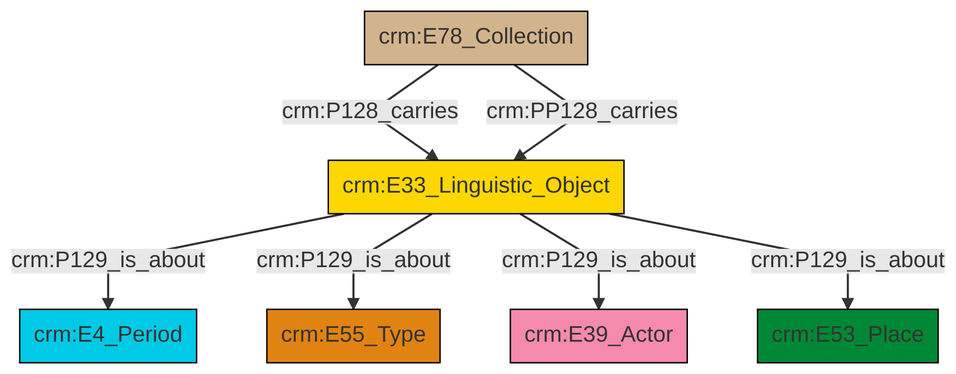
Before: et/archivalCSV/ttl/mmd/png/archival_aboutness.png, a diagram exported from Mermaid (swiss-art-research-net/docs.swissartresearch). Its source is kept beside it as et/archivalCSV/ttl/mmd/archival_aboutness.ttl.mmd.
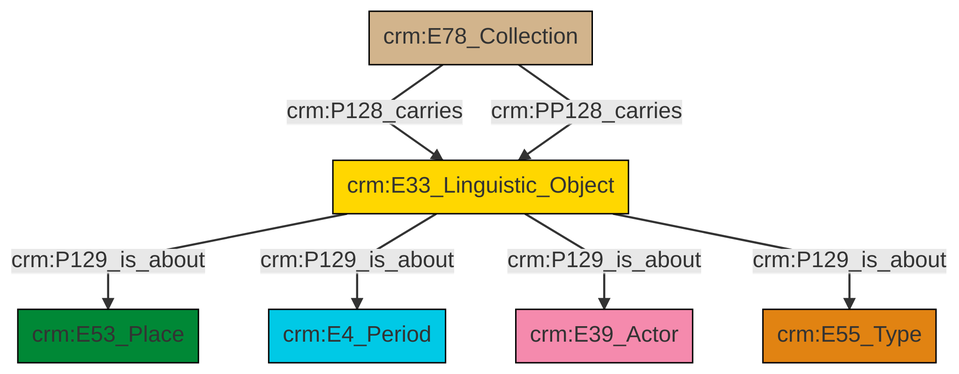
After the change.

Diff of the diagram source:
```diff
@@ -13,9 +13,9 @@
 classDef PC_Classes fill:#4ce600, stroke:#000000;
 classDef Multi fill:#cccccc,stroke:#000000;
 
-0["crm:E33_Linguistic_Object"]:::Conceptual_Object -->|crm:P129_is_about| 1["crm:E4_Period"]:::Temporal_Entity
-0["crm:E33_Linguistic_Object"]:::Conceptual_Object -->|crm:P129_is_about| 2["crm:E55_Type"]:::Type
-0["crm:E33_Linguistic_Object"]:::Conceptual_Object -->|crm:P129_is_about| 7["crm:E39_Actor"]:::Actor
-3["crm:E78_Collection"]:::Physical_Thing -->|crm:P128_carries| 0["crm:E33_Linguistic_Object"]:::Conceptual_Object
-3["crm:E78_Collection"]:::Physical_Thing -->|crm:PP128_carries| 0["crm:E33_Linguistic_Object"]:::Conceptual_Object
-0["crm:E33_Linguistic_Object"]:::Conceptual_Object -->|crm:P129_is_about| 8["crm:E53_Place"]:::Place
+4["crm:E33_Linguistic_Object"]:::Conceptual_Object -->|crm:P129_is_about| 0["crm:E53_Place"]:::Place
+4["crm:E33_Linguistic_Object"]:::Conceptual_Object -->|crm:P129_is_about| 8["crm:E4_Period"]:::Temporal_Entity
+9["crm:E78_Collection"]:::Physical_Thing -->|crm:P128_carries| 4["crm:E33_Linguistic_Object"]:::Conceptual_Object
+9["crm:E78_Collection"]:::Physical_Thing -->|crm:PP128_carries| 4["crm:E33_Linguistic_Object"]:::Conceptual_Object
+4["crm:E33_Linguistic_Object"]:::Conceptual_Object -->|crm:P129_is_about| 2["crm:E39_Actor"]:::Actor
+4["crm:E33_Linguistic_Object"]:::Conceptual_Object -->|crm:P129_is_about| 6["crm:E55_Type"]:::Type
```
